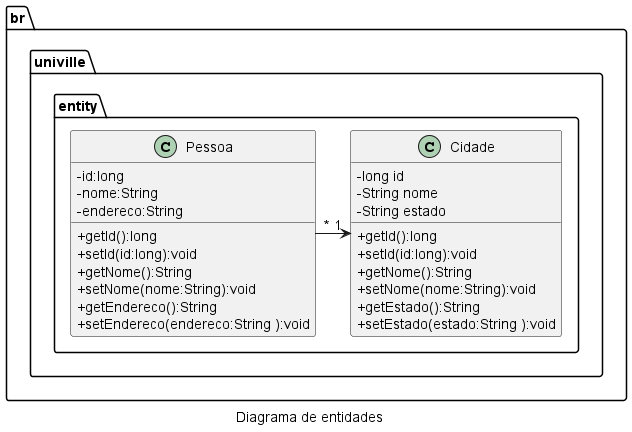
waltercoan/fabsoft-2025-1-a keeps this PlantUML diagram as diagramas/png/classes.png. Above is the earlier version. The source it was exported from:
```plantuml
@startuml
skinparam classAttributeIconSize 0
caption Diagrama de entidades
namespace br.univille.entity {
    class Pessoa {
        - id:long
        - nome:String
        - endereco:String

        + getId():long
        + setId(id:long):void
        + getNome():String
        + setNome(nome:String):void
        + getEndereco():String
        + setEndereco(endereco:String ):void

    }
    class Cidade {
        - long id
        - String nome
        - String estado

        + getId():long
        + setId(id:long):void
        + getNome():String
        + setNome(nome:String):void
        + getEstado():String
        + setEstado(estado:String ):void
    }

    Pessoa "*" -> "1" Cidade

}
@enduml
```
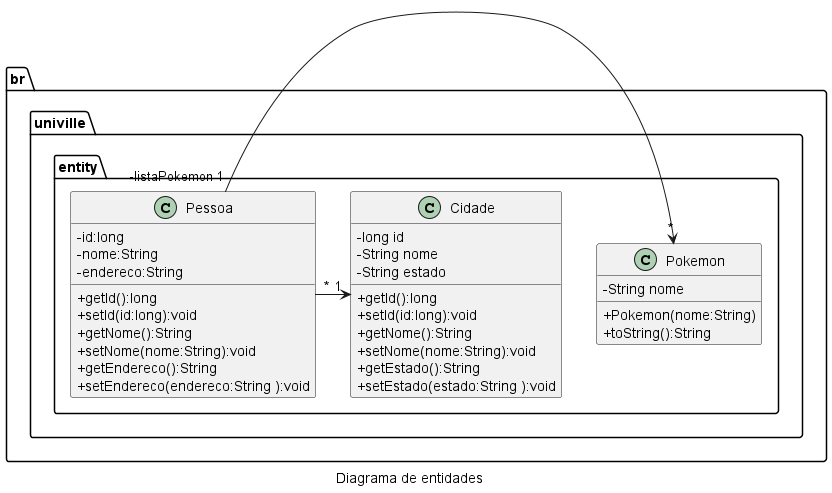
The same diagram one commit later.

Change to the diagram source:
```diff
@@ -27,7 +27,14 @@
         + getEstado():String
         + setEstado(estado:String ):void
     }
+    class Pokemon {
+        - String nome
+        + Pokemon(nome:String)
+        + toString():String
+    }
 
+
+    Pessoa "-listaPokemon 1" -> "*" Pokemon
     Pessoa "*" -> "1" Cidade
 
 }
```
